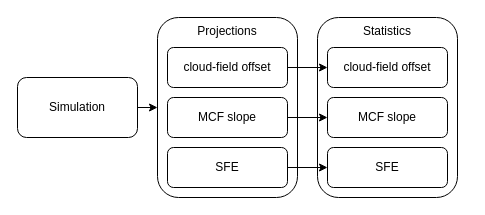
Earlier version of the draw.io diagram page "main-flow" (1 of 3) of main-simple.drawio.xml (HinnyTsang/mcf-project-flow-chart). Source tidied: cells renumbered, new cells numbered last; positions are measured from the earlier drawing's top-left corner, leaving out a move shared by most shapes. Both pictures are drawn from the tidied source at 100%, with x=0, y=0 at pixel (17, 17).
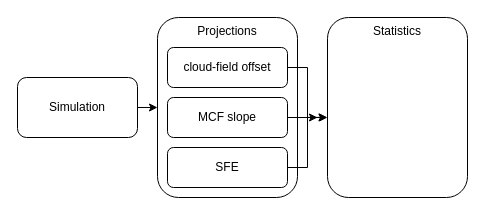
Above is the later version.

The edit, as a diff of the source:
```diff
@@
 <mxGraphModel>
   <root>
     <mxCell id="0" />
     <mxCell id="1" parent="0" />
     <mxCell id="2" value="Statistics" style="rounded=1;whiteSpace=wrap;html=1;verticalAlign=top;fontColor=default;" parent="1" vertex="1">
-      <mxGeometry x="300" width="140" height="180" as="geometry" />
+      <mxGeometry x="310" width="140" height="180" as="geometry" />
     </mxCell>
     <mxCell id="3" style="edgeStyle=orthogonalEdgeStyle;rounded=0;jettySize=auto;html=1;exitX=1;exitY=0.5;exitDx=0;exitDy=0;entryX=0;entryY=0.5;entryDx=0;entryDy=0;" parent="1" edge="1" source="4" target="5">
       <mxGeometry relative="1" as="geometry" />
     </mxCell>
     <mxCell id="4" value="Simulation" style="rounded=1;whiteSpace=wrap;html=1;" parent="1" vertex="1">
       <mxGeometry y="60" width="120" height="60" as="geometry" />
     </mxCell>
     <mxCell id="5" value="Projections" style="rounded=1;whiteSpace=wrap;html=1;verticalAlign=top;" parent="1" vertex="1">
       <mxGeometry x="140" width="140" height="180" as="geometry" />
     </mxCell>
-    <mxCell id="6" style="edgeStyle=orthogonalEdgeStyle;rounded=0;jettySize=auto;html=1;exitX=1;exitY=0.5;exitDx=0;exitDy=0;entryX=0;entryY=0.5;entryDx=0;entryDy=0;" parent="1" edge="1" source="7" target="12">
-      <mxGeometry relative="1" as="geometry" />
+    <mxCell id="6" style="edgeStyle=orthogonalEdgeStyle;rounded=0;jettySize=auto;html=1;exitX=1;exitY=0.5;exitDx=0;exitDy=0;entryX=-0.004;entryY=0.555;entryDx=0;entryDy=0;entryPerimeter=0;" parent="1" edge="1" source="7" target="2">
+      <mxGeometry relative="1" as="geometry">
+        <Array as="points">
+          <mxPoint x="290" y="50" />
+          <mxPoint x="290" y="100" />
+        </Array>
+      </mxGeometry>
     </mxCell>
     <mxCell id="7" value="cloud-field offset" style="rounded=1;whiteSpace=wrap;html=1;" parent="1" vertex="1">
       <mxGeometry x="150" y="30" width="120" height="40" as="geometry" />
     </mxCell>
-    <mxCell id="8" style="edgeStyle=orthogonalEdgeStyle;rounded=0;jettySize=auto;html=1;exitX=1;exitY=0.5;exitDx=0;exitDy=0;entryX=0;entryY=0.5;entryDx=0;entryDy=0;" parent="1" edge="1" source="9" target="13">
-      <mxGeometry relative="1" as="geometry" />
+    <mxCell id="8" style="edgeStyle=orthogonalEdgeStyle;rounded=0;jettySize=auto;html=1;exitX=1;exitY=0.5;exitDx=0;exitDy=0;" parent="1" edge="1" source="9">
+      <mxGeometry relative="1" as="geometry">
+        <mxPoint x="300" y="100" as="targetPoint" />
+      </mxGeometry>
     </mxCell>
     <mxCell id="9" value="MCF slope" style="rounded=1;whiteSpace=wrap;html=1;" parent="1" vertex="1">
       <mxGeometry x="150" y="80" width="120" height="40" as="geometry" />
     </mxCell>
-    <mxCell id="10" style="edgeStyle=orthogonalEdgeStyle;rounded=0;jettySize=auto;html=1;exitX=1;exitY=0.5;exitDx=0;exitDy=0;entryX=0;entryY=0.5;entryDx=0;entryDy=0;" parent="1" edge="1" source="11" target="14">
-      <mxGeometry relative="1" as="geometry" />
+    <mxCell id="10" style="edgeStyle=orthogonalEdgeStyle;rounded=0;jettySize=auto;html=1;exitX=1;exitY=0.5;exitDx=0;exitDy=0;" parent="1" edge="1" source="11">
+      <mxGeometry relative="1" as="geometry">
+        <mxPoint x="310" y="100" as="targetPoint" />
+        <Array as="points">
+          <mxPoint x="290" y="150" />
+          <mxPoint x="290" y="100" />
+        </Array>
+      </mxGeometry>
     </mxCell>
     <mxCell id="11" value="SFE" style="rounded=1;whiteSpace=wrap;html=1;" parent="1" vertex="1">
       <mxGeometry x="150" y="130" width="120" height="40" as="geometry" />
     </mxCell>
-    <mxCell id="12" value="cloud-field offset" style="rounded=1;whiteSpace=wrap;html=1;" parent="1" vertex="1">
-      <mxGeometry x="310" y="30" width="120" height="40" as="geometry" />
-    </mxCell>
-    <mxCell id="13" value="MCF slope" style="rounded=1;whiteSpace=wrap;html=1;" parent="1" vertex="1">
-      <mxGeometry x="310" y="80" width="120" height="40" as="geometry" />
-    </mxCell>
-    <mxCell id="14" value="SFE" style="rounded=1;whiteSpace=wrap;html=1;" parent="1" vertex="1">
-      <mxGeometry x="310" y="130" width="120" height="40" as="geometry" />
-    </mxCell>
   </root>
 </mxGraphModel>
```
